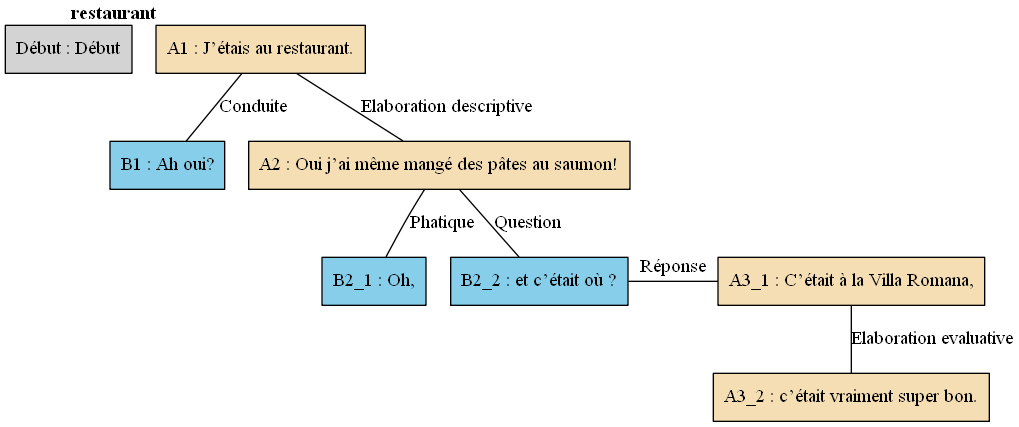
This is arbres/Bac_a_sable/Bac_a_sable_-_C01.gv.png from AlaixComet/AnnotationSlamPTut, a Graphviz export, as it was before one commit. Its source is kept beside it as arbres/Bac_a_sable/Bac_a_sable_-_C01.gv.
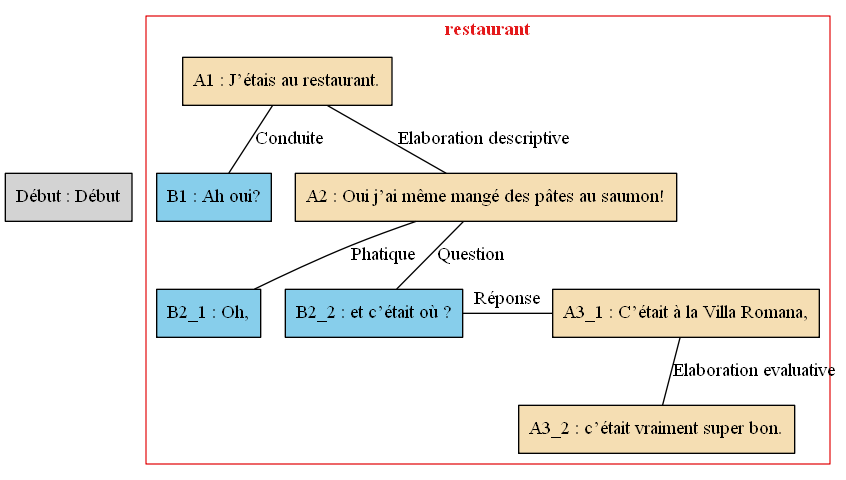
Above is the later version.

What changed in the source:
```diff
@@ -1,22 +1,34 @@
 digraph C01 {
 	node [shape=box style=filled]
-	"Début" [label="Début : Début" xlabel=""]
-	A1 [label="A1 : J’étais au restaurant." fillcolor=wheat xlabel=<<B>restaurant</B>>]
-	B1 [label="B1 : Ah oui?" fillcolor=skyblue xlabel=""]
-	A2 [label="A2 : Oui j’ai même mangé des pâtes au saumon!" fillcolor=wheat xlabel=""]
-	B2_1 [label="B2_1 : Oh," fillcolor=skyblue xlabel=""]
-	B2_2 [label="B2_2 : et c’était où ?" fillcolor=skyblue xlabel=""]
-	A3_1 [label="A3_1 : C’était à la Villa Romana," fillcolor=wheat xlabel=""]
-	A3_2 [label="A3_2 : c’était vraiment super bon." fillcolor=wheat xlabel=""]
-	A3_1 -> A3_2 [label="Elaboration evaluative" dir=none]
-	A1 -> B1 [label=Conduite dir=none]
-	A2 -> B2_1 [label=Phatique dir=none]
-	A2 -> B2_2 [label=Question dir=none]
-	{
-		rank=same
+	newrank=true
+	zero [style=invis]
+	"Début" [label="Début : Début"]
+	A1 [label="A1 : J’étais au restaurant." fillcolor=wheat]
+	B1 [label="B1 : Ah oui?" fillcolor=skyblue]
+	A2 [label="A2 : Oui j’ai même mangé des pâtes au saumon!" fillcolor=wheat]
+	B2_1 [label="B2_1 : Oh," fillcolor=skyblue]
+	B2_2 [label="B2_2 : et c’était où ?" fillcolor=skyblue]
+	A3_1 [label="A3_1 : C’était à la Villa Romana," fillcolor=wheat]
+	A3_2 [label="A3_2 : c’était vraiment super bon." fillcolor=wheat]
+	zero -> "Début" [label="" style=invis]
+	A3_1 -> A3_2 [label="Elaboration evaluative" dir=none weight=2]
+	A1 -> B1 [label=Conduite dir=none weight=2]
+	A2 -> B2_1 [label=Phatique dir=none weight=2]
+	A2 -> B2_2 [label=Question dir=none weight=2]
+	A2 -> A3_1 [style=invis weight=1]
+	B2_2 -> A3_1 [label="Réponse" constraint=false dir=none]
+	A1 -> A2 [label="Elaboration descriptive" dir=none weight=2]
+	subgraph cluster_1 {
+		label=<<B>restaurant</B>>
+		colorscheme=set19
+		color=1
+		fontcolor=1
+		A1
+		B1
+		A2
+		B2_1
 		B2_2
 		A3_1
-		B2_2 -> A3_1 [label="Réponse" dir=none]
+		A3_2
 	}
-	A1 -> A2 [label="Elaboration descriptive" dir=none]
 }
```
